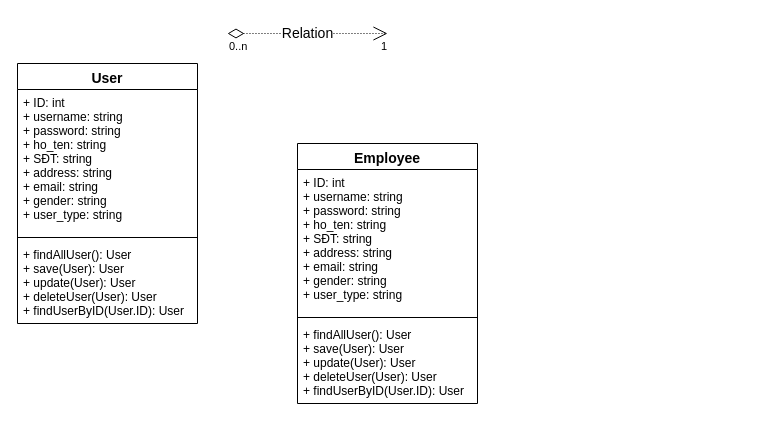
The draw.io diagram page "Class ql_nguoi_dung" (8 of 17) of doc/QuanLyDoAn.drawio in lampn0/quan_ly_do_an_20211, before the edit. Source tidied: cells renumbered, new cells numbered last; positions are measured from the earlier drawing's top-left corner, leaving out a move shared by most shapes. Both pictures are drawn from the tidied source at 100%, with x=0, y=0 at pixel (17, 33).
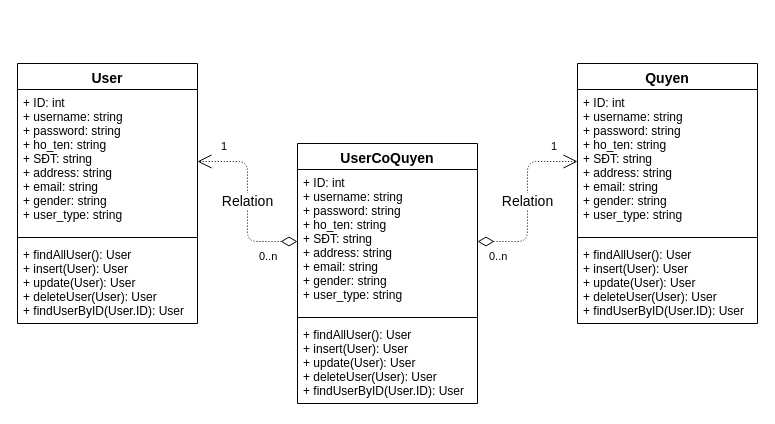
After the change.

The change refers to these unchanged cells:
```xml
<mxCell id="2" value="User" style="swimlane;fontStyle=1;align=center;verticalAlign=top;horizontal=1;startSize=26;fontSize=14;fillColor=#FFFFFF;" parent="1" vertex="1">
  <mxGeometry y="30" width="180" height="260" as="geometry" />
</mxCell>
<mxCell id="3" value="+ ID: int&#10;+ username: string&#10;+ password: string&#10;+ ho_ten: string&#10;+ SĐT: string&#10;+ address: string&#10;+ email: string&#10;+ gender: string&#10;+ user_type: string" style="text;strokeColor=none;fillColor=none;align=left;verticalAlign=top;spacingLeft=4;spacingRight=4;overflow=hidden;points=[[0,0.5],[1,0.5]];portConstraint=eastwest;horizontal=1;" parent="2" vertex="1">
  <mxGeometry y="26" width="180" height="144" as="geometry" />
</mxCell>
<mxCell id="10" value="+ ID: int&#10;+ username: string&#10;+ password: string&#10;+ ho_ten: string&#10;+ SĐT: string&#10;+ address: string&#10;+ email: string&#10;+ gender: string&#10;+ user_type: string" style="text;strokeColor=none;fillColor=none;align=left;verticalAlign=top;spacingLeft=4;spacingRight=4;overflow=hidden;points=[[0,0.5],[1,0.5]];portConstraint=eastwest;horizontal=1;" parent="9" vertex="1">
  <mxGeometry y="26" width="180" height="144" as="geometry" />
</mxCell>
```

What changed in the source:
```diff
@@
-    <mxCell id="5" value="+ findAllUser(): User&#10;+ save(User): User&#10;+ update(User): User&#10;+ deleteUser(User): User&#10;+ findUserByID(User.ID): User" style="text;strokeColor=none;fillColor=none;align=left;verticalAlign=top;spacingLeft=4;spacingRight=4;overflow=hidden;" parent="2" vertex="1">
+    <mxCell id="5" value="+ findAllUser(): User&#10;+ insert(User): User&#10;+ update(User): User&#10;+ deleteUser(User): User&#10;+ findUserByID(User.ID): User" style="text;strokeColor=none;fillColor=none;align=left;verticalAlign=top;spacingLeft=4;spacingRight=4;overflow=hidden;" parent="2" vertex="1">
       <mxGeometry y="178" width="180" height="82" as="geometry" />
     </mxCell>
-    <mxCell id="6" value="Relation" style="endArrow=open;html=1;endSize=12;startArrow=diamondThin;startSize=14;startFill=0;edgeStyle=orthogonalEdgeStyle;dashed=1;dashPattern=1 2;fontSize=14;strokeColor=#000000;" parent="1" edge="1">
-      <mxGeometry relative="1" as="geometry">
-        <mxPoint x="210" as="sourcePoint" />
-        <mxPoint x="370" as="targetPoint" />
-      </mxGeometry>
-    </mxCell>
-    <mxCell id="7" value="0..n" style="edgeLabel;html=1;align=left;verticalAlign=top;" parent="6" vertex="1">
-      <mxGeometry x="-1" relative="1" as="geometry" />
-    </mxCell>
-    <mxCell id="8" value="1" style="edgeLabel;html=1;align=right;verticalAlign=top;" parent="6" vertex="1">
-      <mxGeometry x="1" relative="1" as="geometry" />
-    </mxCell>
-    <mxCell id="9" value="Employee" style="swimlane;fontStyle=1;align=center;verticalAlign=top;horizontal=1;startSize=26;fontSize=14;fillColor=#FFFFFF;" parent="1" vertex="1">
+    <mxCell id="9" value="UserCoQuyen" style="swimlane;fontStyle=1;align=center;verticalAlign=top;horizontal=1;startSize=26;fontSize=14;fillColor=#FFFFFF;" parent="1" vertex="1">
       <mxGeometry x="280" y="110" width="180" height="260" as="geometry" />
     </mxCell>
@@
-    <mxCell id="12" value="+ findAllUser(): User&#10;+ save(User): User&#10;+ update(User): User&#10;+ deleteUser(User): User&#10;+ findUserByID(User.ID): User" style="text;strokeColor=none;fillColor=none;align=left;verticalAlign=top;spacingLeft=4;spacingRight=4;overflow=hidden;" parent="9" vertex="1">
+    <mxCell id="12" value="+ findAllUser(): User&#10;+ insert(User): User&#10;+ update(User): User&#10;+ deleteUser(User): User&#10;+ findUserByID(User.ID): User" style="text;strokeColor=none;fillColor=none;align=left;verticalAlign=top;spacingLeft=4;spacingRight=4;overflow=hidden;" parent="9" vertex="1">
       <mxGeometry y="178" width="180" height="82" as="geometry" />
     </mxCell>
+    <mxCell id="13" value="Quyen" style="swimlane;fontStyle=1;align=center;verticalAlign=top;horizontal=1;startSize=26;fontSize=14;fillColor=#FFFFFF;" parent="1" vertex="1">
+      <mxGeometry x="560" y="30" width="180" height="260" as="geometry" />
+    </mxCell>
+    <mxCell id="14" value="+ ID: int&#10;+ username: string&#10;+ password: string&#10;+ ho_ten: string&#10;+ SĐT: string&#10;+ address: string&#10;+ email: string&#10;+ gender: string&#10;+ user_type: string" style="text;strokeColor=none;fillColor=none;align=left;verticalAlign=top;spacingLeft=4;spacingRight=4;overflow=hidden;points=[[0,0.5],[1,0.5]];portConstraint=eastwest;horizontal=1;" parent="13" vertex="1">
+      <mxGeometry y="26" width="180" height="144" as="geometry" />
+    </mxCell>
+    <mxCell id="15" style="line;strokeWidth=1;fillColor=none;align=left;verticalAlign=middle;spacingTop=-1;spacingLeft=3;spacingRight=3;labelPosition=right;" parent="13" vertex="1">
+      <mxGeometry y="170" width="180" height="8" as="geometry" />
+    </mxCell>
+    <mxCell id="16" value="+ findAllUser(): User&#10;+ insert(User): User&#10;+ update(User): User&#10;+ deleteUser(User): User&#10;+ findUserByID(User.ID): User" style="text;strokeColor=none;fillColor=none;align=left;verticalAlign=top;spacingLeft=4;spacingRight=4;overflow=hidden;" parent="13" vertex="1">
+      <mxGeometry y="178" width="180" height="82" as="geometry" />
+    </mxCell>
+    <mxCell id="17" value="Relation" style="endArrow=open;html=1;endSize=12;startArrow=diamondThin;startSize=14;startFill=0;edgeStyle=orthogonalEdgeStyle;dashed=1;dashPattern=1 2;fontSize=14;strokeColor=#000000;entryX=1;entryY=0.5;entryDx=0;entryDy=0;exitX=0;exitY=0.5;exitDx=0;exitDy=0;" parent="1" edge="1" source="10" target="3">
+      <mxGeometry relative="1" as="geometry" />
+    </mxCell>
+    <mxCell id="18" value="0..n" style="edgeLabel;html=1;align=left;verticalAlign=top;" parent="17" vertex="1">
+      <mxGeometry x="-1" relative="1" as="geometry">
+        <mxPoint x="-40" y="2" as="offset" />
+      </mxGeometry>
+    </mxCell>
+    <mxCell id="19" value="1" style="edgeLabel;html=1;align=right;verticalAlign=top;" parent="17" vertex="1">
+      <mxGeometry x="1" relative="1" as="geometry">
+        <mxPoint x="30" y="-28" as="offset" />
+      </mxGeometry>
+    </mxCell>
+    <mxCell id="20" value="Relation" style="endArrow=open;html=1;endSize=12;startArrow=diamondThin;startSize=14;startFill=0;edgeStyle=orthogonalEdgeStyle;dashed=1;dashPattern=1 2;fontSize=14;strokeColor=#000000;entryX=0;entryY=0.5;entryDx=0;entryDy=0;exitX=1;exitY=0.5;exitDx=0;exitDy=0;" parent="1" edge="1" source="10" target="14">
+      <mxGeometry relative="1" as="geometry" />
+    </mxCell>
+    <mxCell id="21" value="0..n" style="edgeLabel;html=1;align=left;verticalAlign=top;" parent="20" vertex="1">
+      <mxGeometry x="-1" relative="1" as="geometry">
+        <mxPoint x="10" y="2" as="offset" />
+      </mxGeometry>
+    </mxCell>
+    <mxCell id="22" value="1" style="edgeLabel;html=1;align=right;verticalAlign=top;" parent="20" vertex="1">
+      <mxGeometry x="1" relative="1" as="geometry">
+        <mxPoint x="-20" y="-28" as="offset" />
+      </mxGeometry>
+    </mxCell>
```
